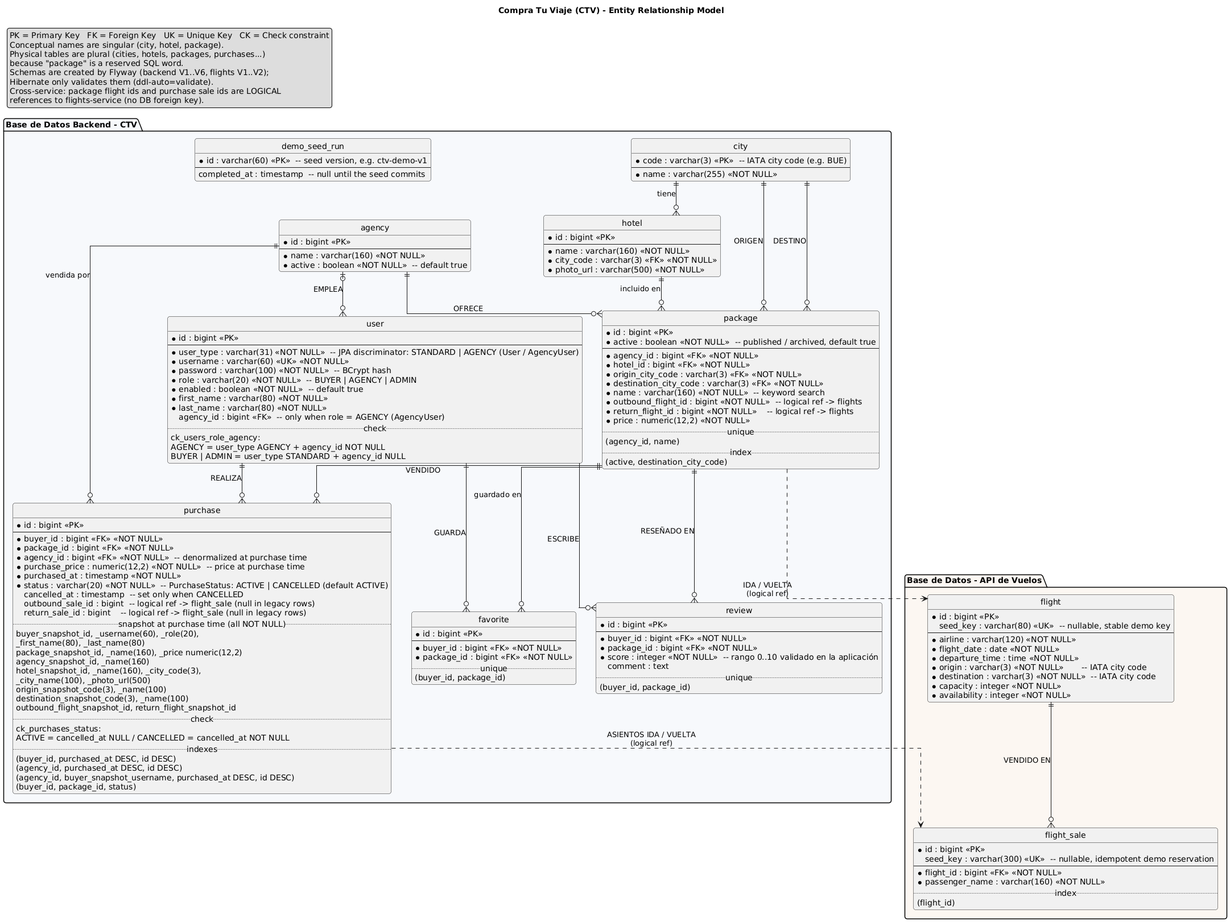
Above: docs/mer.png in AcostaF12/unq-pdes-2026c2-ctv (PlantUML), before the change.
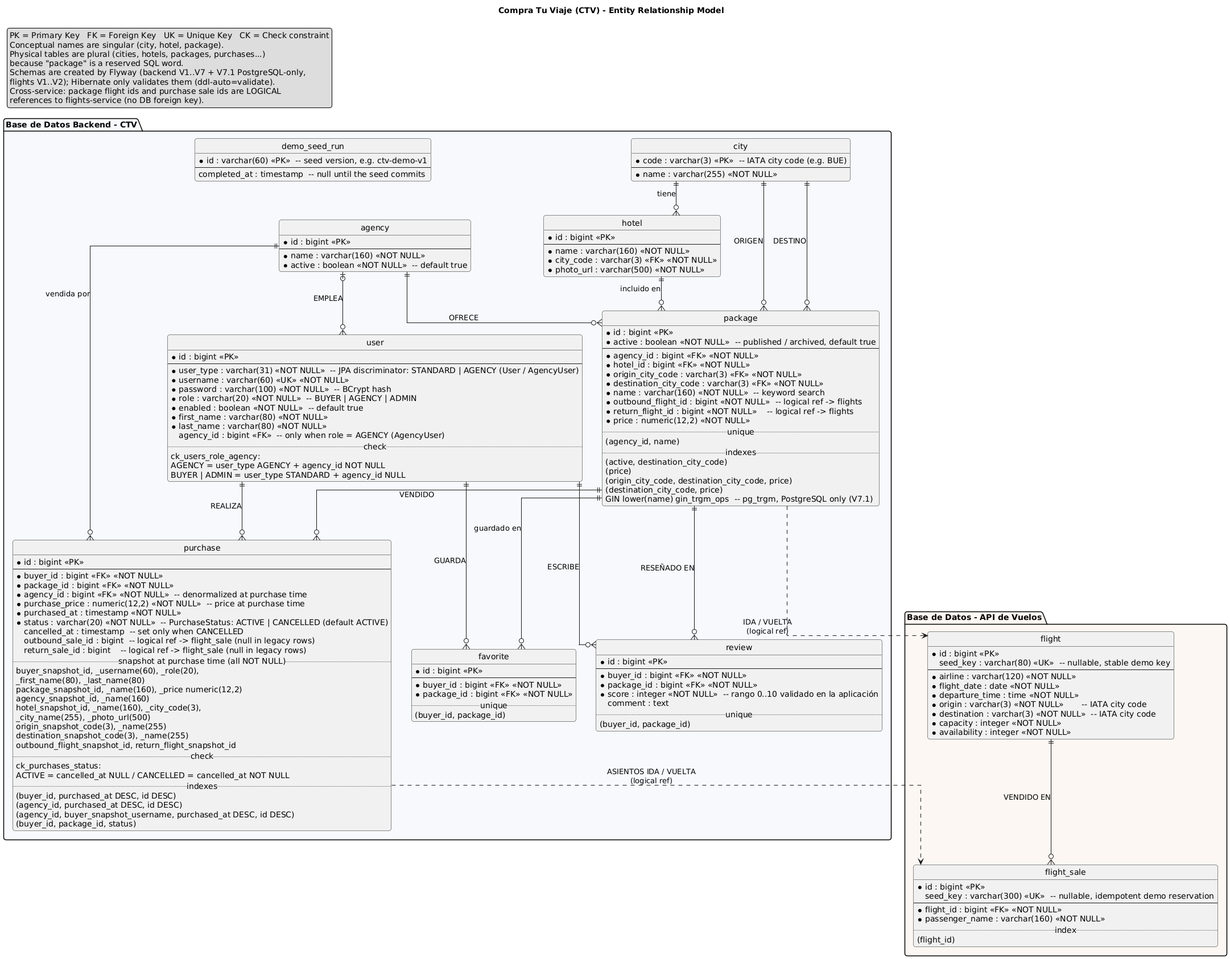
After the change.

Commit message:
docs: show the V7 package indexes and widened city snapshots in the MER

Diff of the diagram source:
```diff
@@ -11,8 +11,8 @@
   Conceptual names are singular (city, hotel, package).
   Physical tables are plural (cities, hotels, packages, purchases...)
   because "package" is a reserved SQL word.
-  Schemas are created by Flyway (backend V1..V6, flights V1..V2);
-  Hibernate only validates them (ddl-auto=validate).
+  Schemas are created by Flyway (backend V1..V7 + V7.1 PostgreSQL-only,
+  flights V1..V2); Hibernate only validates them (ddl-auto=validate).
   Cross-service: package flight ids and purchase sale ids are LOGICAL
   references to flights-service (no DB foreign key).
 endlegend
@@ -77,8 +77,12 @@
     * price : numeric(12,2) <<NOT NULL>>
     .. unique ..
     (agency_id, name)
-    .. index ..
+    .. indexes ..
     (active, destination_city_code)
+    (price)
+    (origin_city_code, destination_city_code, price)
+    (destination_city_code, price)
+    GIN lower(name) gin_trgm_ops  -- pg_trgm, PostgreSQL only (V7.1)
   }
 
   entity "favorite" as favorite {
@@ -119,9 +123,9 @@
     package_snapshot_id, _name(160), _price numeric(12,2)
     agency_snapshot_id, _name(160)
     hotel_snapshot_id, _name(160), _city_code(3),
-      _city_name(100), _photo_url(500)
-    origin_snapshot_code(3), _name(100)
-    destination_snapshot_code(3), _name(100)
+      _city_name(255), _photo_url(500)
+    origin_snapshot_code(3), _name(255)
+    destination_snapshot_code(3), _name(255)
     outbound_flight_snapshot_id, return_flight_snapshot_id
     .. check ..
     ck_purchases_status:
```
